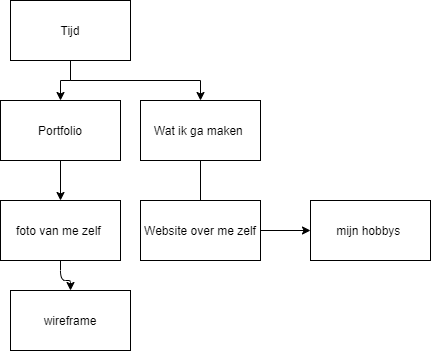
This is 01-Challenge/Taak02-Ontwerpen/student-boomstructuur.drawio.png from Baran-1/Challenge-Portfolio, a draw.io export, as it was before one commit. Source tidied: cells renumbered, new cells last; positions are measured from the earlier drawing's top-left corner, leaving out a move shared by most shapes. The source it was exported from:
```xml
<mxGraphModel>
  <root>
    <mxCell id="0" />
    <mxCell id="1" parent="0" />
    <mxCell id="2" style="edgeStyle=orthogonalEdgeStyle;rounded=0;jettySize=auto;html=1;exitX=0.5;exitY=1;exitDx=0;exitDy=0;" parent="1" edge="1" source="4" target="6">
      <mxGeometry relative="1" as="geometry" />
    </mxCell>
    <mxCell id="3" style="edgeStyle=orthogonalEdgeStyle;rounded=0;jettySize=auto;html=1;exitX=0.5;exitY=1;exitDx=0;exitDy=0;" parent="1" edge="1" source="4" target="8">
      <mxGeometry relative="1" as="geometry" />
    </mxCell>
    <mxCell id="4" value="Tijd" style="rounded=0;whiteSpace=wrap;html=1;" parent="1" vertex="1">
      <mxGeometry x="10" width="120" height="60" as="geometry" />
    </mxCell>
    <mxCell id="5" style="edgeStyle=orthogonalEdgeStyle;curved=0;rounded=1;sketch=0;jettySize=auto;html=1;" parent="1" edge="1" source="6" target="12">
      <mxGeometry relative="1" as="geometry" />
    </mxCell>
    <mxCell id="6" value="Portfolio" style="rounded=0;whiteSpace=wrap;html=1;" parent="1" vertex="1">
      <mxGeometry y="100" width="120" height="60" as="geometry" />
    </mxCell>
    <mxCell id="7" style="edgeStyle=orthogonalEdgeStyle;rounded=0;jettySize=auto;html=1;" parent="1" edge="1" source="8">
      <mxGeometry relative="1" as="geometry">
        <mxPoint x="200" y="210" as="targetPoint" />
      </mxGeometry>
    </mxCell>
    <mxCell id="8" value="Wat ik ga maken&amp;nbsp;" style="rounded=0;whiteSpace=wrap;html=1;" parent="1" vertex="1">
      <mxGeometry x="140" y="100" width="120" height="60" as="geometry" />
    </mxCell>
    <mxCell id="9" style="edgeStyle=orthogonalEdgeStyle;curved=0;rounded=1;sketch=0;jettySize=auto;html=1;" parent="1" edge="1" source="10" target="13">
      <mxGeometry relative="1" as="geometry" />
    </mxCell>
    <mxCell id="10" value="Website over me zelf&lt;br&gt;" style="rounded=0;whiteSpace=wrap;html=1;sketch=0;" parent="1" vertex="1">
      <mxGeometry x="140" y="200" width="120" height="60" as="geometry" />
    </mxCell>
    <mxCell id="11" style="edgeStyle=orthogonalEdgeStyle;curved=0;rounded=1;sketch=0;jettySize=auto;html=1;" parent="1" edge="1" source="12" target="14">
      <mxGeometry relative="1" as="geometry" />
    </mxCell>
    <mxCell id="12" value="foto van me zelf&amp;nbsp;" style="rounded=0;whiteSpace=wrap;html=1;sketch=0;" parent="1" vertex="1">
      <mxGeometry y="200" width="120" height="60" as="geometry" />
    </mxCell>
    <mxCell id="13" value="mijn hobbys&amp;nbsp;" style="rounded=0;whiteSpace=wrap;html=1;sketch=0;" parent="1" vertex="1">
      <mxGeometry x="310" y="200" width="120" height="60" as="geometry" />
    </mxCell>
    <mxCell id="14" value="wireframe&lt;br&gt;" style="rounded=0;whiteSpace=wrap;html=1;sketch=0;" parent="1" vertex="1">
      <mxGeometry x="10" y="290" width="120" height="60" as="geometry" />
    </mxCell>
  </root>
</mxGraphModel>
```
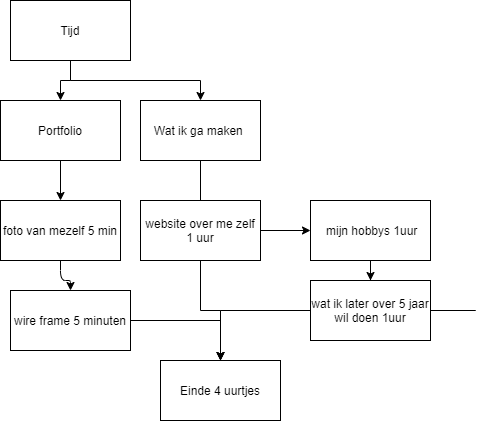
Later version of the same file.

The edit, as a diff of the source:
```diff
@@ -28,20 +28,55 @@
     <mxCell id="9" style="edgeStyle=orthogonalEdgeStyle;curved=0;rounded=1;sketch=0;jettySize=auto;html=1;" parent="1" edge="1" source="10" target="13">
       <mxGeometry relative="1" as="geometry" />
     </mxCell>
+    <mxCell id="15" style="edgeStyle=orthogonalEdgeStyle;rounded=0;jettySize=auto;html=1;" parent="1" edge="1" source="10" target="22">
+      <mxGeometry relative="1" as="geometry" />
+    </mxCell>
-    <mxCell id="10" value="Website over me zelf&lt;br&gt;" style="rounded=0;whiteSpace=wrap;html=1;sketch=0;" parent="1" vertex="1">
+    <mxCell id="10" value="website over me zelf 1 uur" style="rounded=0;whiteSpace=wrap;html=1;sketch=0;" parent="1" vertex="1">
       <mxGeometry x="140" y="200" width="120" height="60" as="geometry" />
     </mxCell>
     <mxCell id="11" style="edgeStyle=orthogonalEdgeStyle;curved=0;rounded=1;sketch=0;jettySize=auto;html=1;" parent="1" edge="1" source="12" target="14">
       <mxGeometry relative="1" as="geometry" />
     </mxCell>
-    <mxCell id="12" value="foto van me zelf&amp;nbsp;" style="rounded=0;whiteSpace=wrap;html=1;sketch=0;" parent="1" vertex="1">
+    <mxCell id="12" value="foto van mezelf 5 min" style="rounded=0;whiteSpace=wrap;html=1;sketch=0;" parent="1" vertex="1">
       <mxGeometry y="200" width="120" height="60" as="geometry" />
     </mxCell>
+    <mxCell id="16" style="edgeStyle=orthogonalEdgeStyle;rounded=0;jettySize=auto;html=1;" parent="1" edge="1" source="13" target="21">
+      <mxGeometry relative="1" as="geometry" />
+    </mxCell>
-    <mxCell id="13" value="mijn hobbys&amp;nbsp;" style="rounded=0;whiteSpace=wrap;html=1;sketch=0;" parent="1" vertex="1">
+    <mxCell id="13" value="&amp;nbsp;mijn hobbys 1uur" style="rounded=0;whiteSpace=wrap;html=1;sketch=0;" parent="1" vertex="1">
       <mxGeometry x="310" y="200" width="120" height="60" as="geometry" />
     </mxCell>
+    <mxCell id="17" style="edgeStyle=orthogonalEdgeStyle;rounded=0;jettySize=auto;html=1;" parent="1" edge="1" source="14" target="22">
+      <mxGeometry relative="1" as="geometry" />
+    </mxCell>
-    <mxCell id="14" value="wireframe&lt;br&gt;" style="rounded=0;whiteSpace=wrap;html=1;sketch=0;" parent="1" vertex="1">
+    <mxCell id="14" value="wire frame 5 minuten" style="rounded=0;whiteSpace=wrap;html=1;sketch=0;" parent="1" vertex="1">
       <mxGeometry x="10" y="290" width="120" height="60" as="geometry" />
     </mxCell>
+    <mxCell id="18" style="edgeStyle=orthogonalEdgeStyle;rounded=0;orthogonalLoop=1;jettySize=auto;html=1;" parent="1" edge="1" source="21" target="21">
+      <mxGeometry relative="1" as="geometry">
+        <Array as="points">
+          <mxPoint x="430" y="310" />
+          <mxPoint x="430" y="310" />
+        </Array>
+      </mxGeometry>
+    </mxCell>
+    <mxCell id="19" style="edgeStyle=orthogonalEdgeStyle;rounded=0;jettySize=auto;html=1;" parent="1" edge="1" source="21">
+      <mxGeometry relative="1" as="geometry">
+        <mxPoint x="420" y="310" as="targetPoint" />
+        <Array as="points">
+          <mxPoint x="475" y="310" />
+          <mxPoint x="475" y="310" />
+        </Array>
+      </mxGeometry>
+    </mxCell>
+    <mxCell id="20" style="edgeStyle=orthogonalEdgeStyle;rounded=0;jettySize=auto;html=1;" parent="1" edge="1" source="21" target="22">
+      <mxGeometry relative="1" as="geometry" />
+    </mxCell>
+    <mxCell id="21" value="wat ik later over 5 jaar wil doen 1uur" style="rounded=0;whiteSpace=wrap;html=1;" parent="1" vertex="1">
+      <mxGeometry x="310" y="280" width="120" height="60" as="geometry" />
+    </mxCell>
+    <mxCell id="22" value="Einde 4 uurtjes" style="rounded=0;whiteSpace=wrap;html=1;" parent="1" vertex="1">
+      <mxGeometry x="160" y="360" width="120" height="60" as="geometry" />
+    </mxCell>
   </root>
 </mxGraphModel>
```
